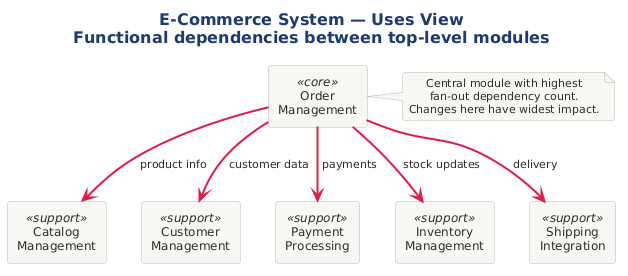
This is src/architecture/views-and-beyond/style-catalogs/module/module-views/png/e-commerce-system-uses-view-functional.png from Notoriousjayy/latex-docs, a PlantUML export, as it was before one commit. Its diagram source:
```plantuml
@startuml

title <b>E-Commerce System — Uses View</b>\nFunctional dependencies between top-level modules

!include ../../../../../../tooling/styles/plantuml/structural/component-diagram-style.iuml

rectangle "Order\nManagement" as OM <<core>>

rectangle "Catalog\nManagement" as CM <<support>>
rectangle "Customer\nManagement" as CU <<support>>
rectangle "Payment\nProcessing" as PP <<support>>
rectangle "Inventory\nManagement" as IM <<support>>
rectangle "Shipping\nIntegration" as SI <<support>>

OM -[#E11D48,bold]down-> CM : " product info "
OM -[#E11D48,bold]down-> CU : " customer data "
OM -[#E11D48,bold]down-> PP : " payments "
OM -[#E11D48,bold]down-> IM : " stock updates "
OM -[#E11D48,bold]down-> SI : " delivery "

note right of OM
  Central module with highest
  fan-out dependency count.
  Changes here have widest impact.
end note
@enduml
```
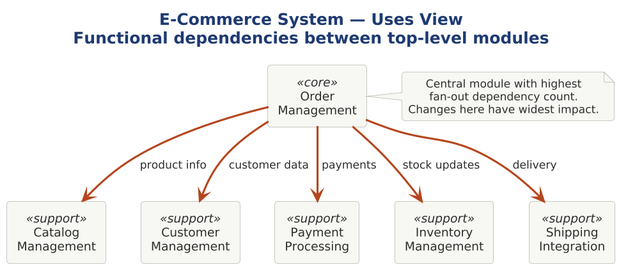
After the commit.

What changed in the source:
```diff
@@ -1,4 +1,9 @@
 @startuml
+
+skinparam dpi 150
+
+
+
 
 title <b>E-Commerce System — Uses View</b>\nFunctional dependencies between top-level modules
 
@@ -12,11 +17,11 @@
 rectangle "Inventory\nManagement" as IM <<support>>
 rectangle "Shipping\nIntegration" as SI <<support>>
 
-OM -[#E11D48,bold]down-> CM : " product info "
-OM -[#E11D48,bold]down-> CU : " customer data "
-OM -[#E11D48,bold]down-> PP : " payments "
-OM -[#E11D48,bold]down-> IM : " stock updates "
-OM -[#E11D48,bold]down-> SI : " delivery "
+OM -[$line_invalid,bold]down-> CM : " product info "
+OM -[$line_invalid,bold]down-> CU : " customer data "
+OM -[$line_invalid,bold]down-> PP : " payments "
+OM -[$line_invalid,bold]down-> IM : " stock updates "
+OM -[$line_invalid,bold]down-> SI : " delivery "
 
 note right of OM
   Central module with highest
```
